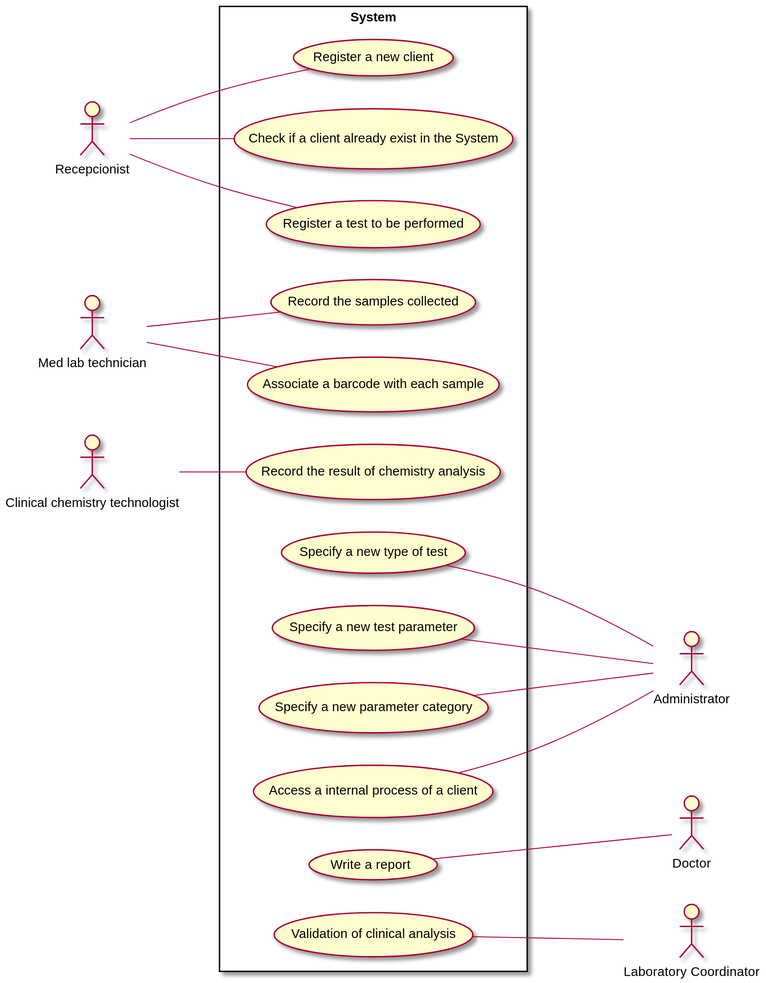
This is docs/SprintA/UCD.svg from manu-07-ela/LAPR2_ISEP, a PlantUML export, as it was before one commit. Its diagram source:
```plantuml
@startuml
left to right direction
actor "Administrator" as Adm
actor "Recepcionist" as Recp
actor "Med lab technician" as MedLab
actor "Clinical chemistry technologist" as ClinTec
actor "Doctor" as Doc
actor "Laboratory Coordinator" as LabCod


rectangle System{

usecase "Register a new client" as UC1
usecase "Check if a client already exist in the System" as UC2
usecase "Register a test to be performed" as UC3
usecase "Record the samples collected" as UC5
usecase "Associate a barcode with each sample" as UC6
usecase "Record the result of chemistry analysis" as UC7
usecase "Specify a new type of test" as UC9
usecase "Specify a new test parameter" as UC10
usecase "Specify a new parameter category" as UC11
usecase "Write a report" as UC12
usecase "Validation of clinical analysis" as UC13
usecase "Access a internal process of a client" as UC16

}

Recp -- UC1
Recp -- UC2
Recp -- UC3
MedLab -- UC5
MedLab -- UC6
ClinTec -- UC7
UC9 --- Adm
UC10 --- Adm
UC11 --- Adm
UC16 --- Adm
UC12 --- Doc
UC13 --- LabCod







@enduml
```
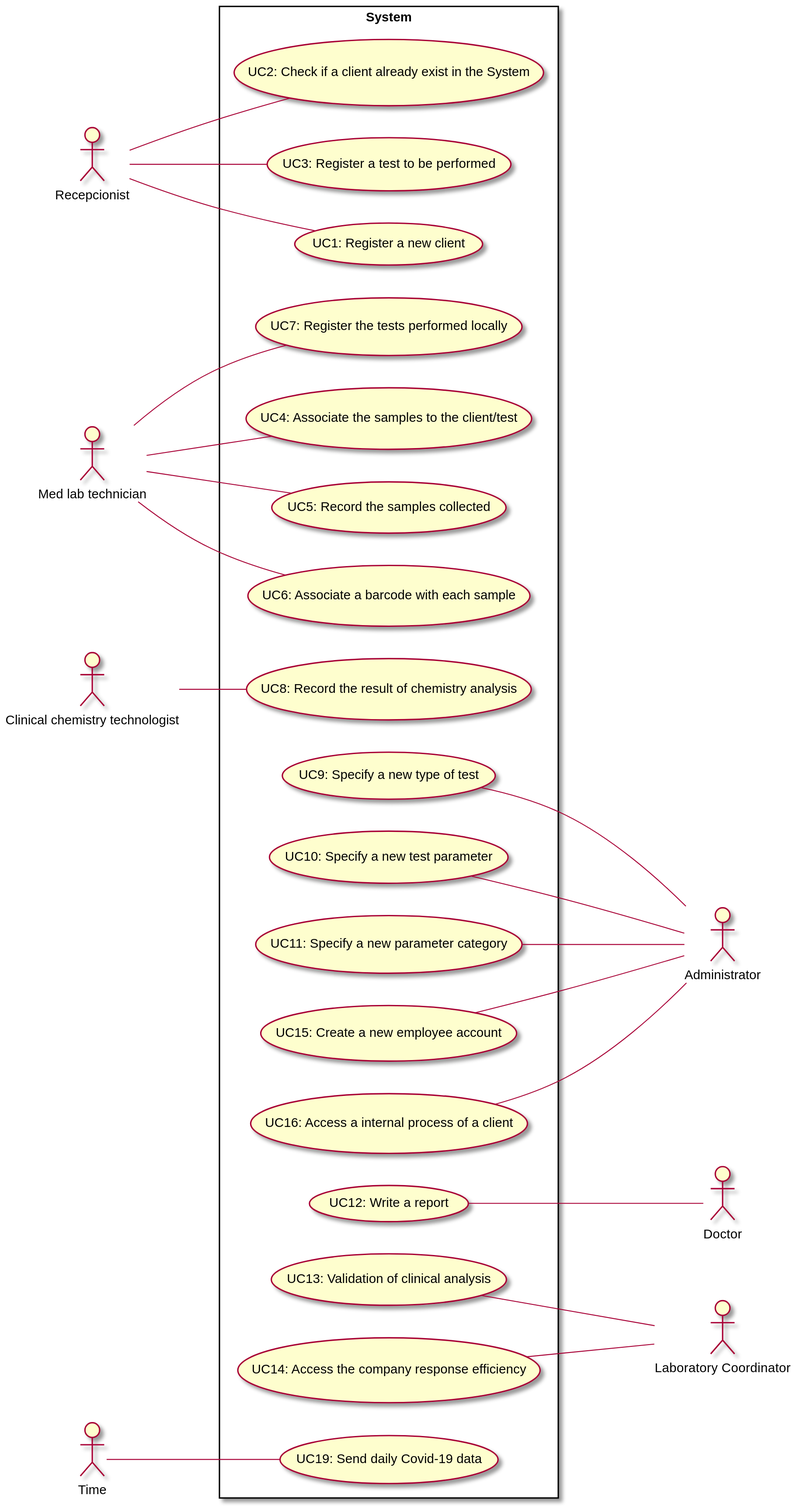
Later version of the same file.

What changed in the source:
```diff
@@ -6,37 +6,48 @@
 actor "Clinical chemistry technologist" as ClinTec
 actor "Doctor" as Doc
 actor "Laboratory Coordinator" as LabCod
+actor "Time" as Time
 
 
 rectangle System{
 
-usecase "Register a new client" as UC1
-usecase "Check if a client already exist in the System" as UC2
-usecase "Register a test to be performed" as UC3
-usecase "Record the samples collected" as UC5
-usecase "Associate a barcode with each sample" as UC6
-usecase "Record the result of chemistry analysis" as UC7
-usecase "Specify a new type of test" as UC9
-usecase "Specify a new test parameter" as UC10
-usecase "Specify a new parameter category" as UC11
-usecase "Write a report" as UC12
-usecase "Validation of clinical analysis" as UC13
-usecase "Access a internal process of a client" as UC16
+usecase "UC1: Register a new client" as UC1
+usecase "UC2: Check if a client already exist in the System" as UC2
+usecase "UC3: Register a test to be performed" as UC3
+usecase "UC4: Associate the samples to the client/test" as UC4
+usecase "UC5: Record the samples collected" as UC5
+usecase "UC6: Associate a barcode with each sample" as UC6
+usecase "UC7: Register the tests performed locally" as UC7
+usecase "UC8: Record the result of chemistry analysis" as UC8
+usecase "UC9: Specify a new type of test" as UC9
+usecase "UC10: Specify a new test parameter" as UC10
+usecase "UC11: Specify a new parameter category" as UC11
+usecase "UC12: Write a report" as UC12
+usecase "UC13: Validation of clinical analysis" as UC13
+usecase "UC14: Access the company response efficiency" as UC14
+usecase "UC15: Create a new employee account" as UC15
+usecase "UC16: Access a internal process of a client" as UC16
+usecase "UC19: Send daily Covid-19 data" as UC19
 
 }
 
 Recp -- UC1
 Recp -- UC2
 Recp -- UC3
+MedLab -- UC4
 MedLab -- UC5
 MedLab -- UC6
-ClinTec -- UC7
+MedLab -- UC7
+ClinTec -- UC8
 UC9 --- Adm
 UC10 --- Adm
 UC11 --- Adm
 UC16 --- Adm
+UC15 --- Adm
 UC12 --- Doc
 UC13 --- LabCod
+UC14 --- LabCod
+Time -- UC19
 
 
 
```
